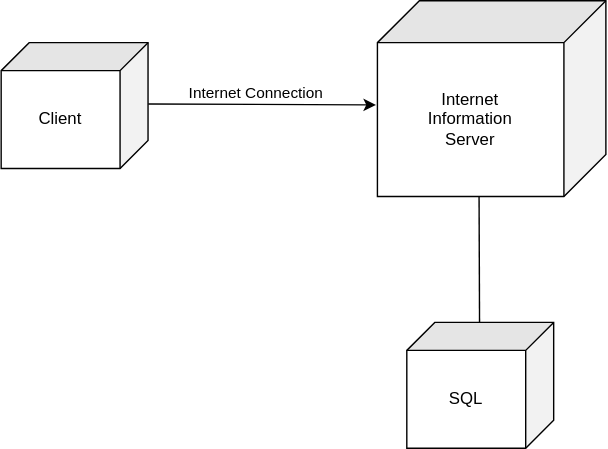
This is Drawio/7.0.1.drawio.svg from CCCpeggy/Reservatio-system, a draw.io export, as it was before one commit. Source tidied: cells renumbered, new cells last; positions are measured from the earlier drawing's top-left corner, leaving out a move shared by most shapes. Its diagram source:
```xml
<mxGraphModel>
  <root>
    <mxCell id="0" />
    <mxCell id="1" parent="0" />
    <mxCell id="2" value="Client" style="shape=cube;whiteSpace=wrap;html=1;boundedLbl=1;backgroundOutline=1;darkOpacity=0.05;darkOpacity2=0.1;size=20;direction=south;" parent="1" vertex="1">
      <mxGeometry y="30" width="105" height="90" as="geometry" />
    </mxCell>
    <mxCell id="3" style="endArrow=classic;html=1;exitX=0.487;exitY=0.027;exitDx=0;exitDy=0;exitPerimeter=0;" parent="1" edge="1">
      <mxGeometry relative="1" as="geometry">
        <mxPoint x="105.2" y="73.8" as="sourcePoint" />
        <mxPoint x="268" y="74.5" as="targetPoint" />
      </mxGeometry>
    </mxCell>
    <mxCell id="4" value="Internet Connection" style="edgeLabel;html=1;align=center;verticalAlign=middle;" parent="3" vertex="1">
      <mxGeometry x="-0.29" y="-1" relative="1" as="geometry">
        <mxPoint x="17.8" y="-9.1" as="offset" />
      </mxGeometry>
    </mxCell>
    <mxCell id="5" value="&lt;div&gt;Internet&lt;br&gt;Information&lt;br&gt;Server&lt;/div&gt;" style="shape=cube;whiteSpace=wrap;html=1;boundedLbl=1;backgroundOutline=1;darkOpacity=0.05;darkOpacity2=0.1;size=30;direction=south;align=center;" parent="1" vertex="1">
      <mxGeometry x="269" width="163.3" height="140" as="geometry" />
    </mxCell>
    <mxCell id="6" style="endArrow=none;html=1;entryX=0;entryY=0;entryDx=140;entryDy=96.665;entryPerimeter=0;" parent="1" edge="1">
      <mxGeometry relative="1" as="geometry">
        <mxPoint x="342" y="230" as="sourcePoint" />
        <mxPoint x="341.7" y="140" as="targetPoint" />
      </mxGeometry>
    </mxCell>
    <mxCell id="7" value="SQL" style="shape=cube;whiteSpace=wrap;html=1;boundedLbl=1;backgroundOutline=1;darkOpacity=0.05;darkOpacity2=0.1;size=20;direction=south;" parent="1" vertex="1">
      <mxGeometry x="290" y="230" width="105" height="90" as="geometry" />
    </mxCell>
  </root>
</mxGraphModel>
```
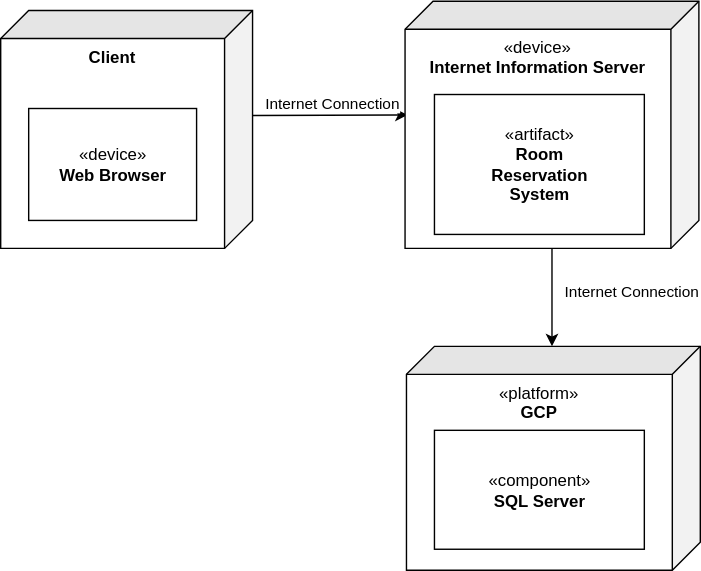
After the commit.

What changed in the source:
```diff
@@ -2,31 +2,42 @@
   <root>
     <mxCell id="0" />
     <mxCell id="1" parent="0" />
-    <mxCell id="2" value="Client" style="shape=cube;whiteSpace=wrap;html=1;boundedLbl=1;backgroundOutline=1;darkOpacity=0.05;darkOpacity2=0.1;size=20;direction=south;" parent="1" vertex="1">
-      <mxGeometry y="30" width="105" height="90" as="geometry" />
+    <mxCell id="2" value="&lt;b&gt;Client&lt;/b&gt;" style="shape=cube;whiteSpace=wrap;html=1;boundedLbl=1;backgroundOutline=1;darkOpacity=0.05;darkOpacity2=0.1;size=20;direction=south;verticalAlign=top;" parent="1" vertex="1">
+      <mxGeometry x="-20" width="180" height="170" as="geometry" />
     </mxCell>
-    <mxCell id="3" style="endArrow=classic;html=1;exitX=0.487;exitY=0.027;exitDx=0;exitDy=0;exitPerimeter=0;" parent="1" edge="1">
-      <mxGeometry relative="1" as="geometry">
-        <mxPoint x="105.2" y="73.8" as="sourcePoint" />
-        <mxPoint x="268" y="74.5" as="targetPoint" />
-      </mxGeometry>
+    <mxCell id="3" style="endArrow=classic;html=1;exitX=0;exitY=0;exitDx=75;exitDy=0;exitPerimeter=0;entryX=0.46;entryY=0.991;entryDx=0;entryDy=0;entryPerimeter=0;" parent="1" edge="1" source="2" target="5">
+      <mxGeometry relative="1" as="geometry" />
     </mxCell>
     <mxCell id="4" value="Internet Connection" style="edgeLabel;html=1;align=center;verticalAlign=middle;" parent="3" vertex="1">
       <mxGeometry x="-0.29" y="-1" relative="1" as="geometry">
         <mxPoint x="17.8" y="-9.1" as="offset" />
       </mxGeometry>
     </mxCell>
+    <mxCell id="8" style="edgeStyle=orthogonalEdgeStyle;rounded=0;jettySize=auto;html=1;" parent="1" edge="1" source="5" target="7">
+      <mxGeometry relative="1" as="geometry">
+        <Array as="points">
+          <mxPoint x="374" y="220" />
+          <mxPoint x="374" y="220" />
+        </Array>
+      </mxGeometry>
+    </mxCell>
-    <mxCell id="5" value="&lt;div&gt;Internet&lt;br&gt;Information&lt;br&gt;Server&lt;/div&gt;" style="shape=cube;whiteSpace=wrap;html=1;boundedLbl=1;backgroundOutline=1;darkOpacity=0.05;darkOpacity2=0.1;size=30;direction=south;align=center;" parent="1" vertex="1">
-      <mxGeometry x="269" width="163.3" height="140" as="geometry" />
+    <mxCell id="5" value="&lt;div&gt;&lt;span&gt;«device»&lt;/span&gt;&lt;br&gt;&lt;/div&gt;&lt;div&gt;&lt;b&gt;Internet Information Server&lt;/b&gt;&lt;/div&gt;" style="shape=cube;whiteSpace=wrap;html=1;boundedLbl=1;backgroundOutline=1;darkOpacity=0.05;darkOpacity2=0.1;size=20;direction=south;align=center;verticalAlign=top;" parent="1" vertex="1">
+      <mxGeometry x="269" y="-6.7" width="210" height="176.7" as="geometry" />
     </mxCell>
-    <mxCell id="6" style="endArrow=none;html=1;entryX=0;entryY=0;entryDx=140;entryDy=96.665;entryPerimeter=0;" parent="1" edge="1">
-      <mxGeometry relative="1" as="geometry">
-        <mxPoint x="342" y="230" as="sourcePoint" />
-        <mxPoint x="341.7" y="140" as="targetPoint" />
-      </mxGeometry>
-    </mxCell>
-    <mxCell id="7" value="SQL" style="shape=cube;whiteSpace=wrap;html=1;boundedLbl=1;backgroundOutline=1;darkOpacity=0.05;darkOpacity2=0.1;size=20;direction=south;" parent="1" vertex="1">
-      <mxGeometry x="290" y="230" width="105" height="90" as="geometry" />
+    <mxCell id="7" value="&lt;span&gt;«platform»&lt;br&gt;&lt;/span&gt;&lt;b&gt;GCP&lt;/b&gt;" style="shape=cube;whiteSpace=wrap;html=1;boundedLbl=1;backgroundOutline=1;darkOpacity=0.05;darkOpacity2=0.1;size=20;direction=south;verticalAlign=top;" parent="1" vertex="1">
+      <mxGeometry x="270" y="240" width="210" height="160" as="geometry" />
     </mxCell>
+    <mxCell id="9" value="&lt;span&gt;«device»&lt;/span&gt;&lt;br&gt;&lt;b&gt;Web Browser&lt;/b&gt;" style="html=1;" parent="1" vertex="1">
+      <mxGeometry y="70" width="120" height="80" as="geometry" />
+    </mxCell>
+    <mxCell id="10" value="Internet Connection" style="edgeLabel;html=1;align=center;verticalAlign=middle;" parent="1" vertex="1">
+      <mxGeometry x="430" y="200" as="geometry" />
+    </mxCell>
+    <mxCell id="11" value="&lt;span&gt;«artifact»&lt;br&gt;&lt;/span&gt;&amp;nbsp;&lt;b&gt;&amp;nbsp;Room&lt;br&gt;Reservation&lt;br&gt;System&lt;/b&gt;" style="html=1;" parent="1" vertex="1">
+      <mxGeometry x="290" y="60" width="150" height="100" as="geometry" />
+    </mxCell>
+    <mxCell id="12" value="&lt;span&gt;«component»&lt;br&gt;&lt;/span&gt;&lt;b&gt;SQL Server&lt;/b&gt;" style="html=1;" parent="1" vertex="1">
+      <mxGeometry x="290" y="300" width="150" height="85" as="geometry" />
+    </mxCell>
   </root>
 </mxGraphModel>
```
